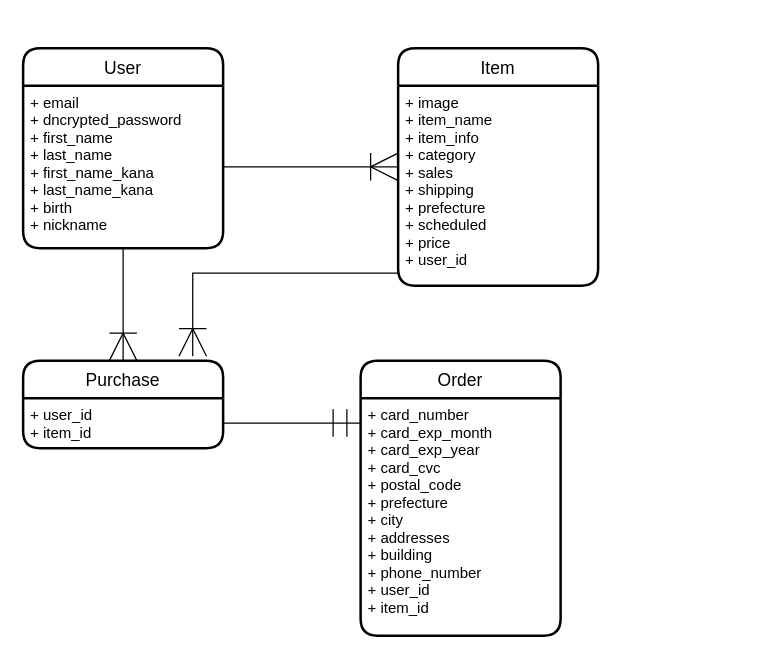
This is furima.dio from cocowadoco/furima-35957, a draw.io file, before an edit. Source tidied: cells renumbered, new cells numbered last; positions are measured from the earlier drawing's top-left corner, leaving out a move shared by most shapes. Both pictures are drawn from the tidied source at 125%, with x=0, y=0 at pixel (22, 48).
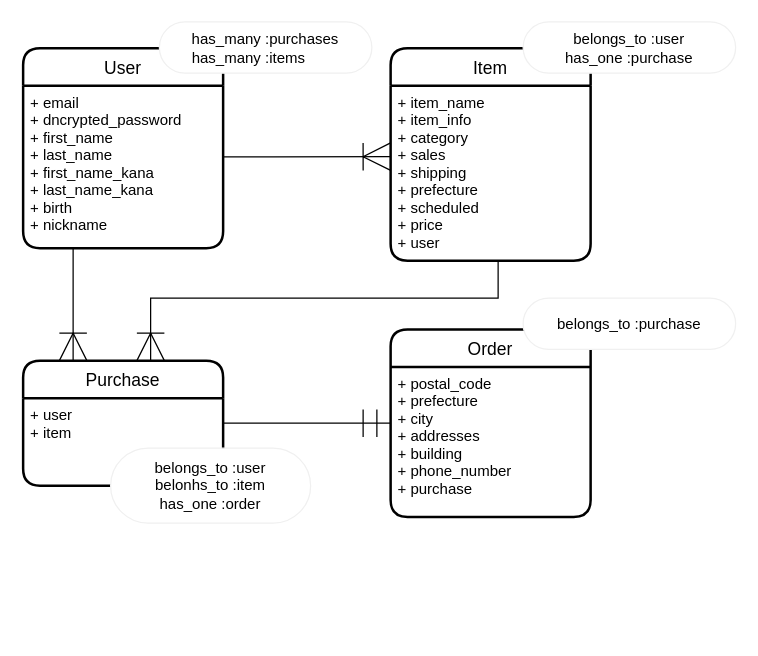
The same diagram, later.

Commit message (it also covers changes not shown here):
DB設計の指摘項目改修

Unchanged cells that the change refers to:
```xml
<mxCell id="9" value="+ email&#10;+ dncrypted_password&#10;+ first_name&#10;+ last_name&#10;+ first_name_kana&#10;+ last_name_kana&#10;+ birth&#10;+ nickname" style="align=left;strokeColor=none;fillColor=none;spacingLeft=4;fontSize=12;verticalAlign=top;" parent="8" vertex="1">
  <mxGeometry y="30" width="160" height="130" as="geometry" />
</mxCell>
```

Diff of the diagram source:
```diff
@@
     <mxCell id="2" value="Order" style="swimlane;horizontal=1;startSize=30;rounded=1;fontSize=14;fontStyle=0;strokeWidth=2;shadow=0;dashed=0;align=center;" parent="1" vertex="1">
-      <mxGeometry x="270" y="250" width="160" height="220" as="geometry" />
+      <mxGeometry x="294" y="225" width="160" height="150" as="geometry" />
     </mxCell>
-    <mxCell id="3" value="+ card_number&#10;+ card_exp_month&#10;+ card_exp_year&#10;+ card_cvc&#10;+ postal_code&#10;+ prefecture&#10;+ city&#10;+ addresses&#10;+ building&#10;+ phone_number&#10;+ user_id&#10;+ item_id" style="align=left;strokeColor=none;fillColor=none;spacingLeft=4;fontSize=12;verticalAlign=top;" parent="2" vertex="1">
-      <mxGeometry y="30" width="160" height="190" as="geometry" />
+    <mxCell id="3" value="+ postal_code&#10;+ prefecture&#10;+ city&#10;+ addresses&#10;+ building&#10;+ phone_number&#10;+ purchase" style="align=left;strokeColor=none;fillColor=none;spacingLeft=4;fontSize=12;verticalAlign=top;" parent="2" vertex="1">
+      <mxGeometry y="30" width="160" height="120" as="geometry" />
     </mxCell>
+    <mxCell id="14" style="edgeStyle=orthogonalEdgeStyle;rounded=0;jettySize=auto;html=1;entryX=0;entryY=0.5;entryDx=0;entryDy=0;endArrow=ERmandOne;endFill=0;endSize=20;" parent="1" edge="1" source="4" target="2">
+      <mxGeometry relative="1" as="geometry" />
+    </mxCell>
     <mxCell id="4" value="Purchase" style="swimlane;horizontal=1;startSize=30;rounded=1;fontSize=14;fontStyle=0;strokeWidth=2;shadow=0;dashed=0;align=center;" parent="1" vertex="1">
-      <mxGeometry y="250" width="160" height="70" as="geometry" />
+      <mxGeometry y="250" width="160" height="100" as="geometry" />
     </mxCell>
-    <mxCell id="5" value="+ user_id&#10;+ item_id" style="align=left;strokeColor=none;fillColor=none;spacingLeft=4;fontSize=12;verticalAlign=top;" parent="4" vertex="1">
-      <mxGeometry y="30" width="160" height="40" as="geometry" />
+    <mxCell id="5" value="+ user&#10;+ item" style="align=left;strokeColor=none;fillColor=none;spacingLeft=4;fontSize=12;verticalAlign=top;" parent="4" vertex="1">
+      <mxGeometry y="30" width="160" height="70" as="geometry" />
     </mxCell>
     <mxCell id="6" value="Item" style="swimlane;horizontal=1;startSize=30;rounded=1;fontSize=14;fontStyle=0;strokeWidth=2;shadow=0;dashed=0;align=center;" parent="1" vertex="1">
-      <mxGeometry x="300" width="160" height="190" as="geometry" />
+      <mxGeometry x="294" width="160" height="170" as="geometry" />
     </mxCell>
-    <mxCell id="7" value="+ image&#10;+ item_name&#10;+ item_info&#10;+ category&#10;+ sales&#10;+ shipping&#10;+ prefecture&#10;+ scheduled&#10;+ price&#10;+ user_id" style="align=left;strokeColor=none;fillColor=none;spacingLeft=4;fontSize=12;verticalAlign=top;" parent="6" vertex="1">
-      <mxGeometry y="30" width="160" height="160" as="geometry" />
+    <mxCell id="7" value="+ item_name&#10;+ item_info&#10;+ category&#10;+ sales&#10;+ shipping&#10;+ prefecture&#10;+ scheduled&#10;+ price&#10;+ user" style="align=left;strokeColor=none;fillColor=none;spacingLeft=4;fontSize=12;verticalAlign=top;" parent="6" vertex="1">
+      <mxGeometry y="30" width="160" height="140" as="geometry" />
     </mxCell>
@@
-    <mxCell id="10" style="edgeStyle=orthogonalEdgeStyle;rounded=0;jettySize=auto;html=1;entryX=0.5;entryY=0;entryDx=0;entryDy=0;endArrow=ERoneToMany;endFill=0;endSize=20;" parent="1" edge="1" source="9" target="4">
+    <mxCell id="10" style="edgeStyle=orthogonalEdgeStyle;rounded=0;jettySize=auto;html=1;endArrow=ERoneToMany;endFill=0;endSize=20;exitX=0.25;exitY=1;exitDx=0;exitDy=0;" parent="1" edge="1" source="9">
       <mxGeometry relative="1" as="geometry">
+        <mxPoint x="40" y="250" as="targetPoint" />
         <Array as="points">
-          <mxPoint x="80" y="180" />
-          <mxPoint x="80" y="180" />
+          <mxPoint x="40" y="250" />
         </Array>
       </mxGeometry>
     </mxCell>
     <mxCell id="11" style="edgeStyle=orthogonalEdgeStyle;rounded=0;jettySize=auto;html=1;entryX=0;entryY=0.406;entryDx=0;entryDy=0;entryPerimeter=0;endArrow=ERoneToMany;endFill=0;endSize=20;" parent="1" edge="1" source="9" target="7">
-      <mxGeometry relative="1" as="geometry" />
+      <mxGeometry relative="1" as="geometry">
+        <Array as="points">
+          <mxPoint x="200" y="87" />
+          <mxPoint x="200" y="87" />
+        </Array>
+      </mxGeometry>
     </mxCell>
-    <mxCell id="12" style="edgeStyle=orthogonalEdgeStyle;rounded=0;jettySize=auto;html=1;entryX=0.848;entryY=-0.051;entryDx=0;entryDy=0;entryPerimeter=0;endArrow=ERoneToMany;endFill=0;endSize=20;" parent="1" edge="1" source="7" target="4">
+    <mxCell id="12" style="edgeStyle=orthogonalEdgeStyle;rounded=0;jettySize=auto;html=1;endArrow=ERoneToMany;endFill=0;endSize=20;" parent="1" edge="1" source="7">
       <mxGeometry relative="1" as="geometry">
+        <mxPoint x="102" y="250" as="targetPoint" />
         <Array as="points">
-          <mxPoint x="136" y="180" />
+          <mxPoint x="380" y="200" />
+          <mxPoint x="102" y="200" />
         </Array>
       </mxGeometry>
     </mxCell>
-    <mxCell id="13" style="edgeStyle=orthogonalEdgeStyle;rounded=0;jettySize=auto;html=1;entryX=0;entryY=0.105;entryDx=0;entryDy=0;entryPerimeter=0;endArrow=ERmandOne;endFill=0;endSize=20;" parent="1" edge="1" source="5" target="3">
-      <mxGeometry relative="1" as="geometry" />
-    </mxCell>
+    <mxCell id="15" value="has_many :purchases&lt;br&gt;has_many :items&amp;nbsp; &amp;nbsp; &amp;nbsp; &amp;nbsp;&amp;nbsp;" style="rounded=1;arcSize=50;whiteSpace=wrap;html=1;align=center;strokeColor=#f0f0f0;" parent="1" vertex="1">
+      <mxGeometry x="109" y="-21" width="170" height="41" as="geometry" />
+    </mxCell>
+    <mxCell id="16" value="belongs_to :user&lt;br&gt;has_one :purchase" style="rounded=1;arcSize=50;whiteSpace=wrap;html=1;align=center;strokeColor=#f0f0f0;" parent="1" vertex="1">
+      <mxGeometry x="400" y="-21" width="170" height="41" as="geometry" />
+    </mxCell>
+    <mxCell id="17" value="belongs_to :purchase" style="rounded=1;arcSize=50;whiteSpace=wrap;html=1;align=center;strokeColor=#f0f0f0;" parent="1" vertex="1">
+      <mxGeometry x="400" y="200" width="170" height="41" as="geometry" />
+    </mxCell>
+    <mxCell id="18" value="belongs_to :user&lt;br&gt;belonhs_to :item&lt;br&gt;has_one :order" style="rounded=1;arcSize=50;whiteSpace=wrap;html=1;align=center;strokeColor=#f0f0f0;" parent="1" vertex="1">
+      <mxGeometry x="70" y="320" width="160" height="60" as="geometry" />
+    </mxCell>
```
